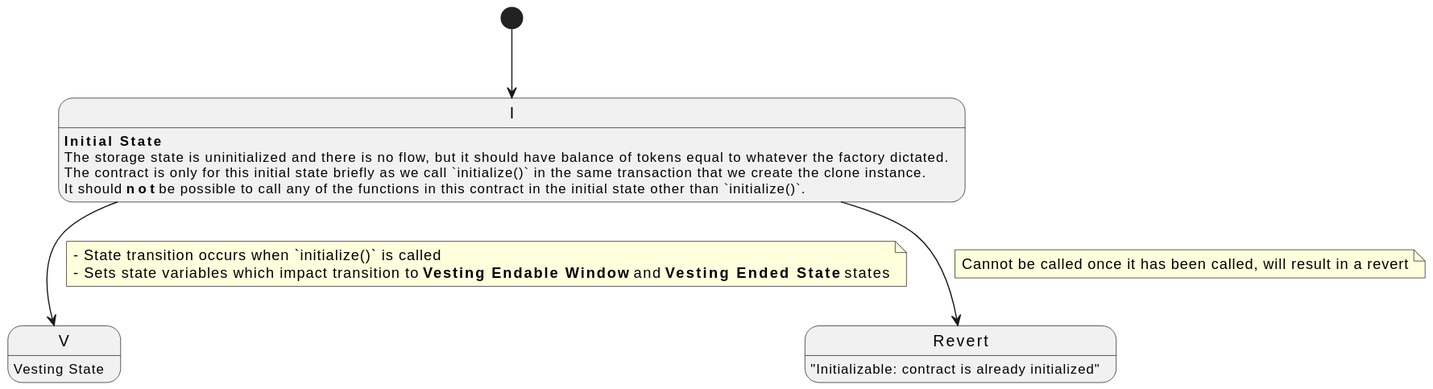
Before: superfluid-vester-a/evm-contracts/plantuml/initial_state.svg, a diagram exported from PlantUML (superfluid-finance/esg). Its diagram source:
```plantuml
@startuml
[*] --> I
I --> V
I : **Initial State**
I : The storage state is uninitialized and there is no flow, but it should have balance of tokens equal to whatever the factory dictated.

I : The contract is only for this initial state briefly as we call `initialize()` in the same transaction that we create the clone instance.

I: It should **not** be possible to call any of the functions in this contract in the initial state other than `initialize()`.
note on link
  - State transition occurs when `initialize()` is called
  - Sets state variables which impact transition to **Vesting Endable Window** and **Vesting Ended State** states
end note

V: Vesting State

I --> Revert
Revert: "Initializable: contract is already initialized"
note on link
Cannot be called once it has been called, will result in a revert
end note
@enduml
```
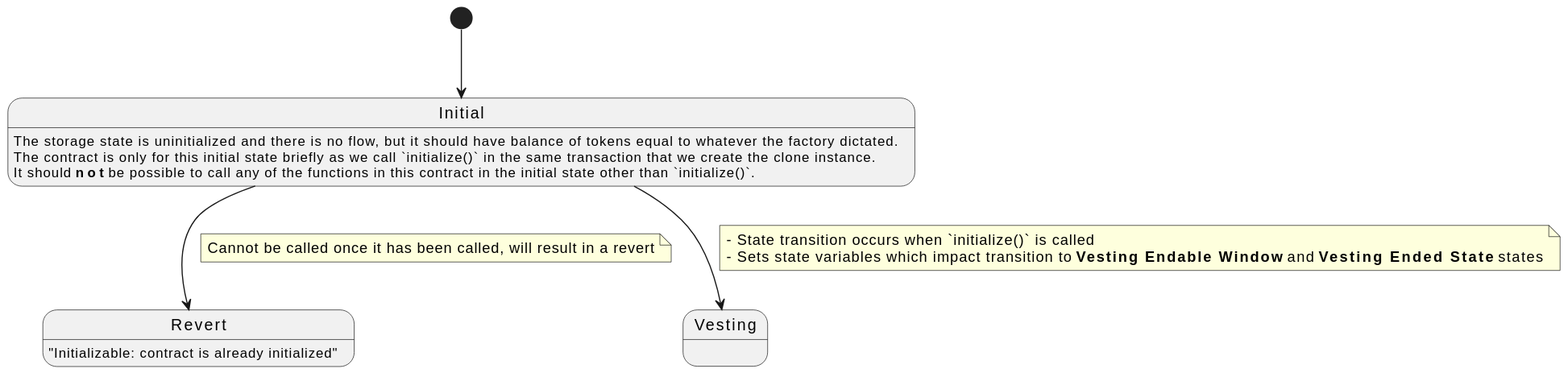
Later version of the same file.

Change to the diagram source:
```diff
@@ -1,7 +1,12 @@
 @startuml
 [*] --> I
+state I {
+ state "Initial" as I
+}
+state V {
+ state "Vesting" as V
+}
 I --> V
-I : **Initial State**
 I : The storage state is uninitialized and there is no flow, but it should have balance of tokens equal to whatever the factory dictated.
 
 I : The contract is only for this initial state briefly as we call `initialize()` in the same transaction that we create the clone instance.
@@ -12,8 +17,6 @@
   - Sets state variables which impact transition to **Vesting Endable Window** and **Vesting Ended State** states
 end note
 
-V: Vesting State
-
 I --> Revert
 Revert: "Initializable: contract is already initialized"
 note on link
```
